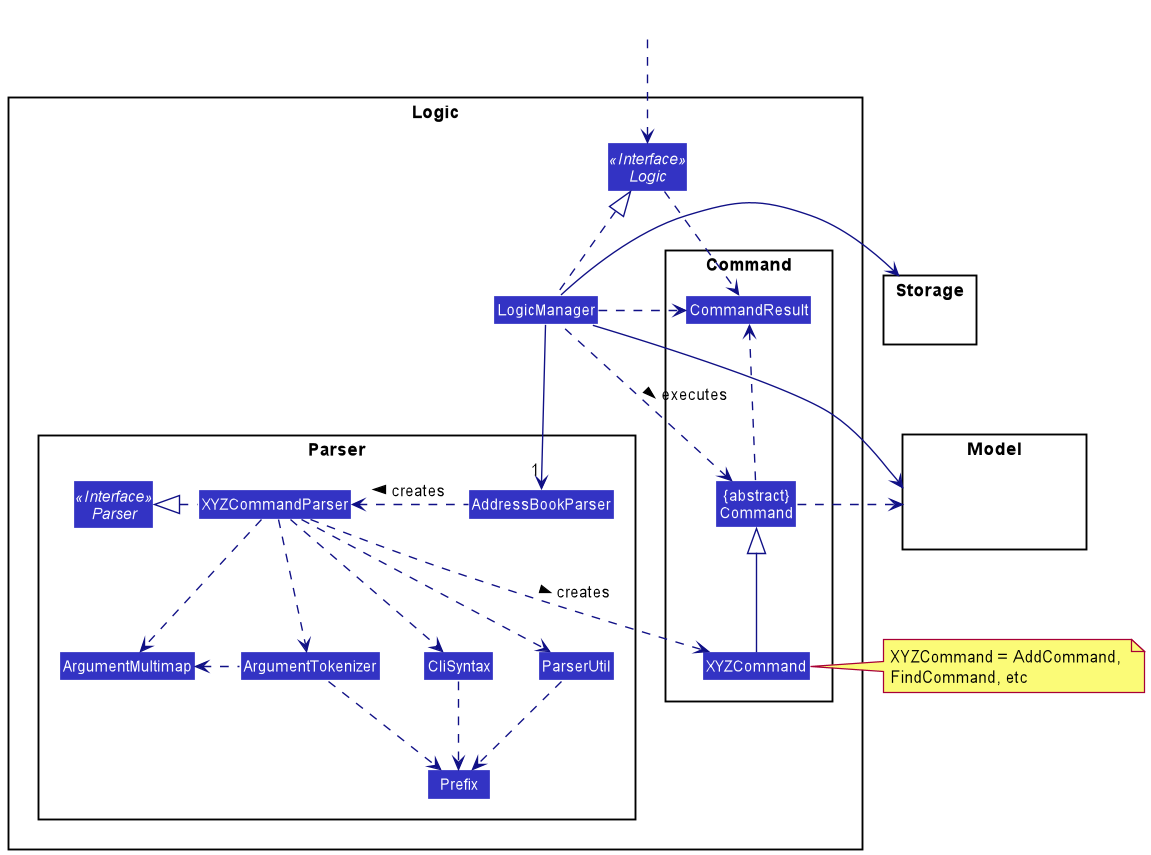
The PlantUML diagram docs/images/LogicClassDiagram.png in nus-cs2103-AY2021S2/tp, before a commit.
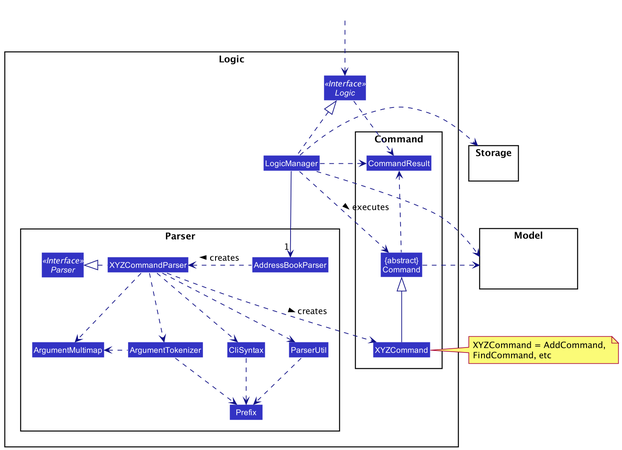
Later version of the same file.

Change to the diagram source:
```diff
@@ -55,8 +55,8 @@
 XYZCommand -up-|> Command
 LogicManager .left.> Command : executes >
 
-LogicManager --> Model
-LogicManager --> Storage
+LogicManager ..> Model
+LogicManager ..> Storage
 Storage --[hidden] Model
 Command .[hidden]up.> Storage
 Command .right.> Model
```
